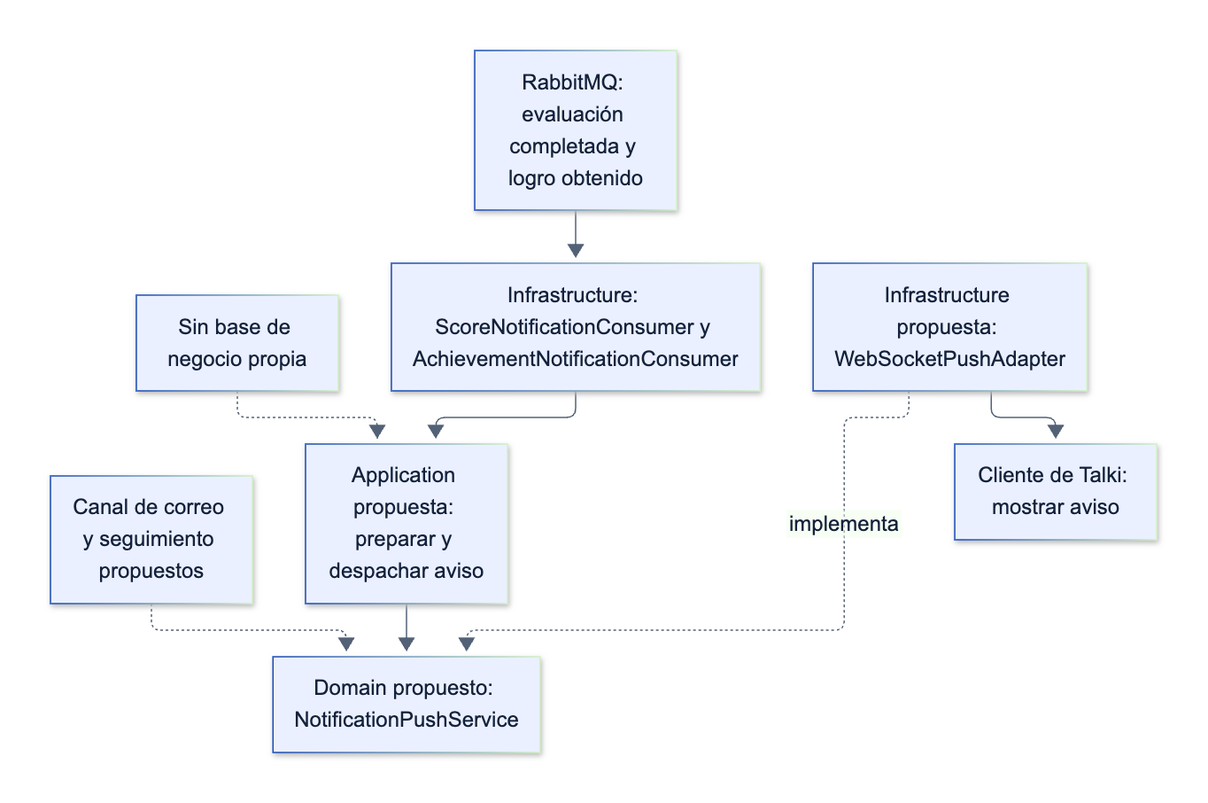
The Mermaid diagram assets/diagrams/tactical/10-notifications-components.png in upc-pre-202620-si728-16365-thropic/talki-project-report, before a commit. Its source is kept beside it as assets/diagrams/tactical/10-notifications-components.mmd.
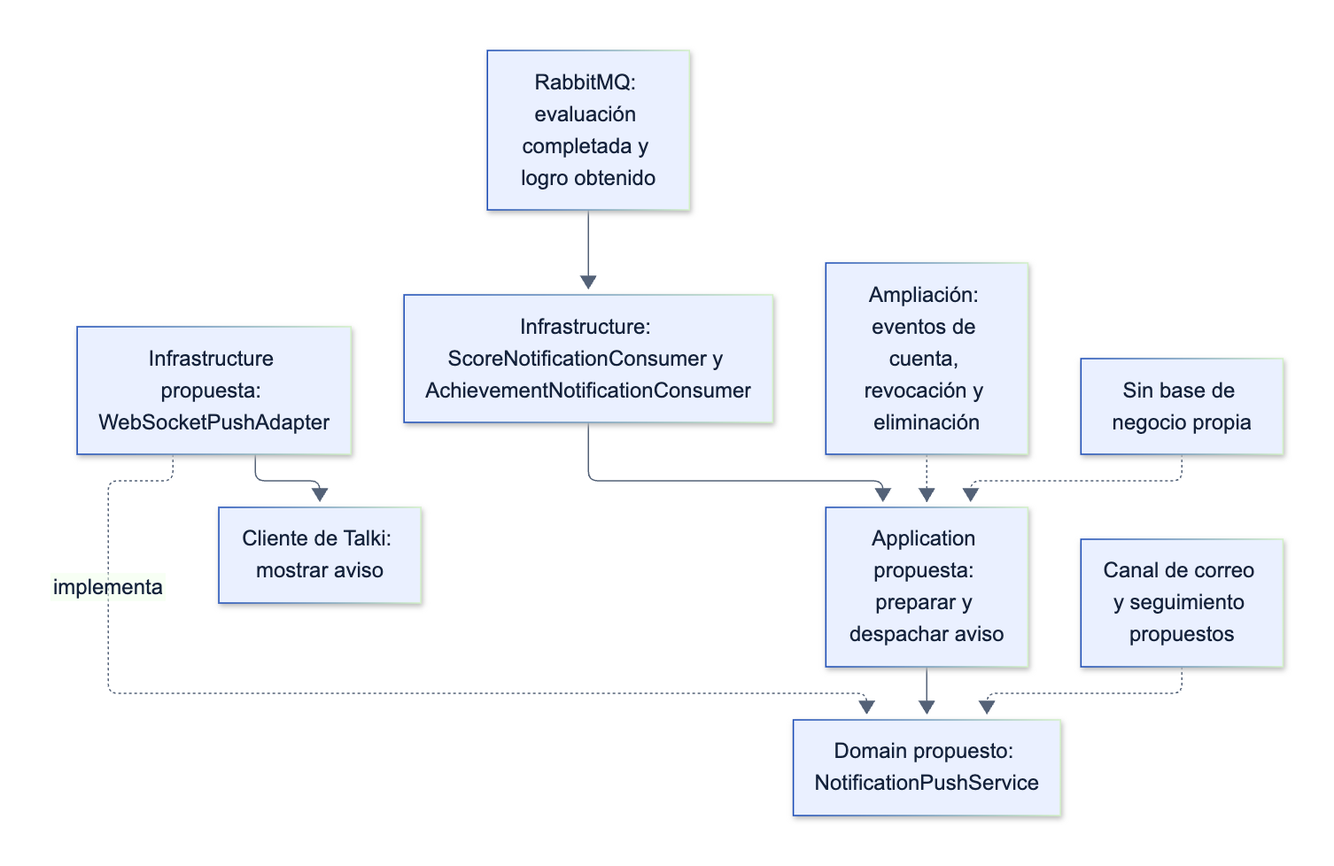
The same file after the commit.

What changed in the source:
```diff
@@ -5,4 +5,5 @@
   adapter["Infrastructure propuesta: WebSocketPushAdapter"] -. implementa .-> port
   adapter --> user["Cliente de Talki: mostrar aviso"]
   email["Canal de correo y seguimiento propuestos"] -.-> port
+  privacy["Ampliación: eventos de cuenta, revocación y eliminación"] -.-> app
   note["Sin base de negocio propia"] -.-> app
```
